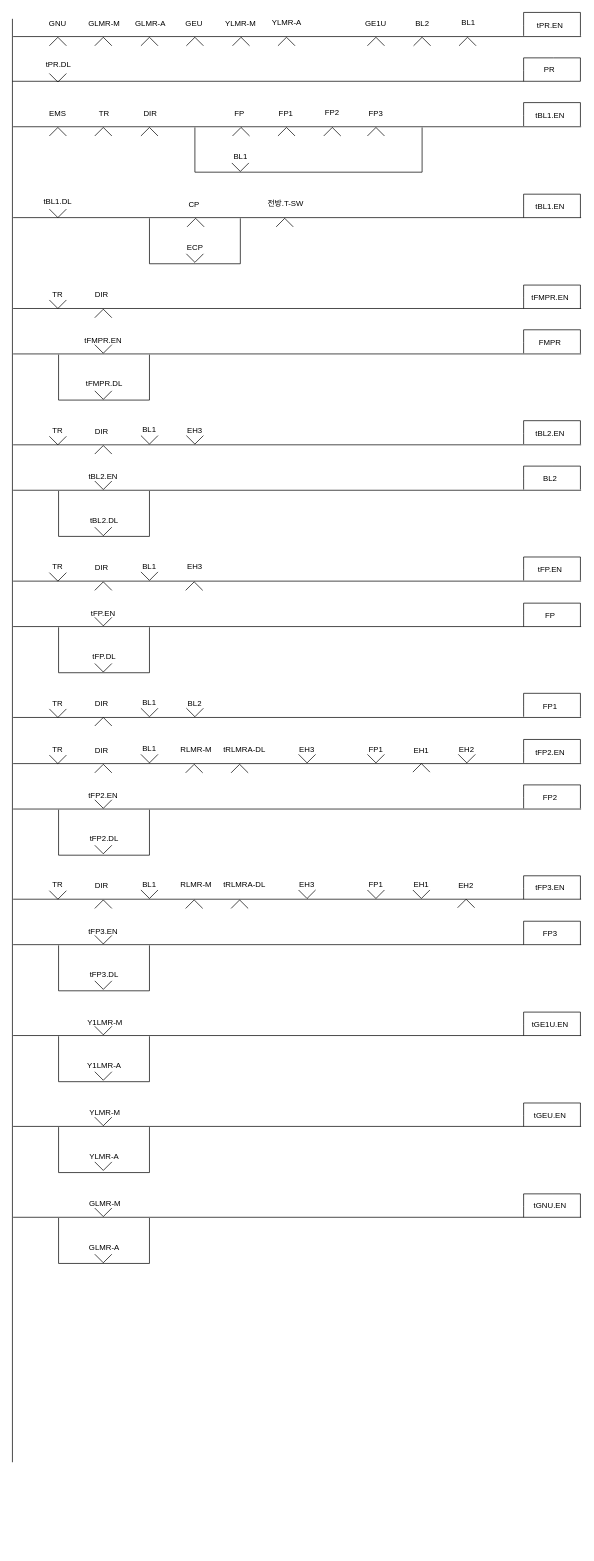
Earlier version of the draw.io diagram Untitled Diagram.drawio (chillin2/MyDraw.io). Source tidied: cells renumbered, new cells numbered last; positions are measured from the earlier drawing's top-left corner, leaving out a move shared by most shapes. Both pictures are drawn from the tidied source at 71%, with x=0, y=0 at pixel (12, 12).
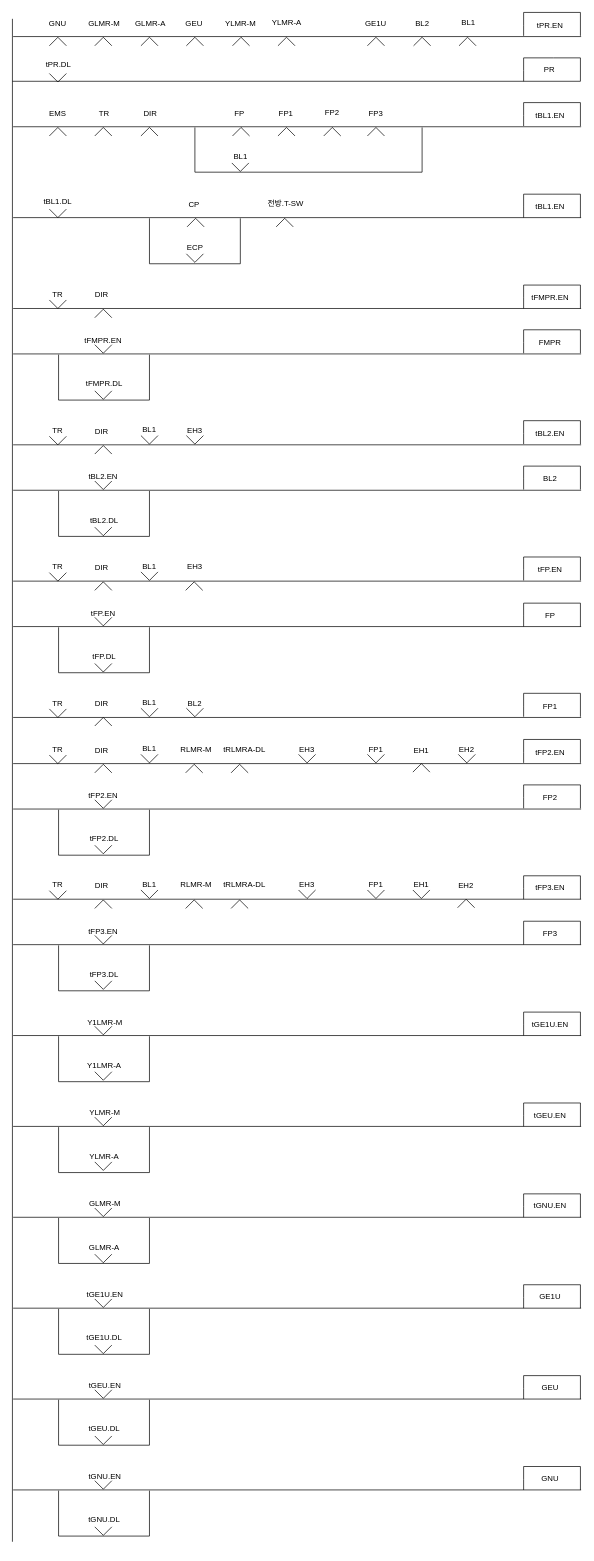
Above is the later version.

Change to the diagram source:
```diff
@@
     <mxCell id="5" style="endArrow=none;html=1;rounded=0;" parent="1" edge="1">
       <mxGeometry relative="1" as="geometry">
-        <mxPoint y="2042" as="sourcePoint" />
+        <mxPoint y="2154" as="sourcePoint" />
         <mxPoint y="9" as="targetPoint" />
       </mxGeometry>
     </mxCell>
@@
+    <mxCell id="207" style="endArrow=none;html=1;rounded=0;" parent="1" edge="1">
+      <mxGeometry relative="1" as="geometry">
+        <mxPoint x="1" y="1825" as="sourcePoint" />
+        <mxPoint x="801" y="1825" as="targetPoint" />
+      </mxGeometry>
+    </mxCell>
+    <mxCell id="208" style="endArrow=none;html=1;rounded=0;labelBackgroundColor=default;fontFamily=Helvetica;fontSize=11;fontColor=default;startSize=3;endSize=3;sourcePerimeterSpacing=0;strokeColor=default;shape=connector;jumpStyle=none;jumpSize=6;" parent="1" edge="1">
+      <mxGeometry relative="1" as="geometry">
+        <mxPoint x="720" y="1825" as="sourcePoint" />
+        <mxPoint x="800" y="1825" as="targetPoint" />
+        <Array as="points">
+          <mxPoint x="720" y="1810" />
+          <mxPoint x="720" y="1792" />
+          <mxPoint x="760" y="1792" />
+          <mxPoint x="800" y="1792" />
+        </Array>
+      </mxGeometry>
+    </mxCell>
+    <mxCell id="209" value="tGE1U.EN" style="text;html=1;strokeColor=none;fillColor=none;align=center;verticalAlign=middle;whiteSpace=wrap;rounded=0;fontFamily=Helvetica;fontSize=11;fontColor=default;" parent="1" vertex="1">
+      <mxGeometry x="104" y="1796" width="53" height="20" as="geometry" />
+    </mxCell>
+    <mxCell id="210" value="GE1U" style="text;html=1;strokeColor=none;fillColor=none;align=center;verticalAlign=middle;whiteSpace=wrap;rounded=0;fontFamily=Helvetica;fontSize=11;fontColor=default;" parent="1" vertex="1">
+      <mxGeometry x="734" y="1799" width="47" height="20" as="geometry" />
+    </mxCell>
+    <mxCell id="211" style="endArrow=none;html=1;rounded=0;" parent="1" edge="1">
+      <mxGeometry relative="1" as="geometry">
+        <mxPoint x="65" y="1826" as="sourcePoint" />
+        <mxPoint x="193" y="1826" as="targetPoint" />
+        <Array as="points">
+          <mxPoint x="65" y="1890" />
+          <mxPoint x="193" y="1890" />
+        </Array>
+      </mxGeometry>
+    </mxCell>
+    <mxCell id="212" value="tGE1U.DL" style="text;html=1;strokeColor=none;fillColor=none;align=center;verticalAlign=middle;whiteSpace=wrap;rounded=0;fontFamily=Helvetica;fontSize=11;fontColor=default;" parent="1" vertex="1">
+      <mxGeometry x="102" y="1857" width="55" height="20" as="geometry" />
+    </mxCell>
+    <mxCell id="213" style="verticalLabelPosition=bottom;html=1;verticalAlign=top;align=center;shape=mxgraph.floorplan.windowBow;strokeWidth=1;direction=east;" parent="1" vertex="1">
+      <mxGeometry x="116" y="1794" width="24" height="48" as="geometry" />
+    </mxCell>
+    <mxCell id="214" style="verticalLabelPosition=bottom;html=1;verticalAlign=top;align=center;shape=mxgraph.floorplan.windowBow;strokeWidth=1;direction=east;" parent="1" vertex="1">
+      <mxGeometry x="116" y="1859" width="24" height="48" as="geometry" />
+    </mxCell>
+    <mxCell id="215" style="endArrow=none;html=1;rounded=0;" parent="1" edge="1">
+      <mxGeometry relative="1" as="geometry">
+        <mxPoint x="1" y="1953" as="sourcePoint" />
+        <mxPoint x="801" y="1953" as="targetPoint" />
+      </mxGeometry>
+    </mxCell>
+    <mxCell id="216" style="endArrow=none;html=1;rounded=0;labelBackgroundColor=default;fontFamily=Helvetica;fontSize=11;fontColor=default;startSize=3;endSize=3;sourcePerimeterSpacing=0;strokeColor=default;shape=connector;jumpStyle=none;jumpSize=6;" parent="1" edge="1">
+      <mxGeometry relative="1" as="geometry">
+        <mxPoint x="720" y="1953" as="sourcePoint" />
+        <mxPoint x="800" y="1953" as="targetPoint" />
+        <Array as="points">
+          <mxPoint x="720" y="1938" />
+          <mxPoint x="720" y="1920" />
+          <mxPoint x="760" y="1920" />
+          <mxPoint x="800" y="1920" />
+        </Array>
+      </mxGeometry>
+    </mxCell>
+    <mxCell id="217" value="tGEU.EN" style="text;html=1;strokeColor=none;fillColor=none;align=center;verticalAlign=middle;whiteSpace=wrap;rounded=0;fontFamily=Helvetica;fontSize=11;fontColor=default;" parent="1" vertex="1">
+      <mxGeometry x="104" y="1924" width="53" height="20" as="geometry" />
+    </mxCell>
+    <mxCell id="218" value="GEU" style="text;html=1;strokeColor=none;fillColor=none;align=center;verticalAlign=middle;whiteSpace=wrap;rounded=0;fontFamily=Helvetica;fontSize=11;fontColor=default;" parent="1" vertex="1">
+      <mxGeometry x="734" y="1927" width="47" height="20" as="geometry" />
+    </mxCell>
+    <mxCell id="219" style="endArrow=none;html=1;rounded=0;" parent="1" edge="1">
+      <mxGeometry relative="1" as="geometry">
+        <mxPoint x="65" y="1954" as="sourcePoint" />
+        <mxPoint x="193" y="1954" as="targetPoint" />
+        <Array as="points">
+          <mxPoint x="65" y="2018" />
+          <mxPoint x="193" y="2018" />
+        </Array>
+      </mxGeometry>
+    </mxCell>
+    <mxCell id="220" value="tGEU.DL" style="text;html=1;strokeColor=none;fillColor=none;align=center;verticalAlign=middle;whiteSpace=wrap;rounded=0;fontFamily=Helvetica;fontSize=11;fontColor=default;" parent="1" vertex="1">
+      <mxGeometry x="102" y="1985" width="55" height="20" as="geometry" />
+    </mxCell>
+    <mxCell id="221" style="verticalLabelPosition=bottom;html=1;verticalAlign=top;align=center;shape=mxgraph.floorplan.windowBow;strokeWidth=1;direction=east;" parent="1" vertex="1">
+      <mxGeometry x="116" y="1922" width="24" height="48" as="geometry" />
+    </mxCell>
+    <mxCell id="222" style="verticalLabelPosition=bottom;html=1;verticalAlign=top;align=center;shape=mxgraph.floorplan.windowBow;strokeWidth=1;direction=east;" parent="1" vertex="1">
+      <mxGeometry x="116" y="1987" width="24" height="48" as="geometry" />
+    </mxCell>
+    <mxCell id="223" style="endArrow=none;html=1;rounded=0;" parent="1" edge="1">
+      <mxGeometry relative="1" as="geometry">
+        <mxPoint x="1" y="2081" as="sourcePoint" />
+        <mxPoint x="801" y="2081" as="targetPoint" />
+      </mxGeometry>
+    </mxCell>
+    <mxCell id="224" style="endArrow=none;html=1;rounded=0;labelBackgroundColor=default;fontFamily=Helvetica;fontSize=11;fontColor=default;startSize=3;endSize=3;sourcePerimeterSpacing=0;strokeColor=default;shape=connector;jumpStyle=none;jumpSize=6;" parent="1" edge="1">
+      <mxGeometry relative="1" as="geometry">
+        <mxPoint x="720" y="2081" as="sourcePoint" />
+        <mxPoint x="800" y="2081" as="targetPoint" />
+        <Array as="points">
+          <mxPoint x="720" y="2066" />
+          <mxPoint x="720" y="2048" />
+          <mxPoint x="760" y="2048" />
+          <mxPoint x="800" y="2048" />
+        </Array>
+      </mxGeometry>
+    </mxCell>
+    <mxCell id="225" value="tGNU.EN" style="text;html=1;strokeColor=none;fillColor=none;align=center;verticalAlign=middle;whiteSpace=wrap;rounded=0;fontFamily=Helvetica;fontSize=11;fontColor=default;" parent="1" vertex="1">
+      <mxGeometry x="104" y="2052" width="53" height="20" as="geometry" />
+    </mxCell>
+    <mxCell id="226" value="GNU" style="text;html=1;strokeColor=none;fillColor=none;align=center;verticalAlign=middle;whiteSpace=wrap;rounded=0;fontFamily=Helvetica;fontSize=11;fontColor=default;" parent="1" vertex="1">
+      <mxGeometry x="734" y="2055" width="47" height="20" as="geometry" />
+    </mxCell>
+    <mxCell id="227" style="endArrow=none;html=1;rounded=0;" parent="1" edge="1">
+      <mxGeometry relative="1" as="geometry">
+        <mxPoint x="65" y="2082" as="sourcePoint" />
+        <mxPoint x="193" y="2082" as="targetPoint" />
+        <Array as="points">
+          <mxPoint x="65" y="2146" />
+          <mxPoint x="193" y="2146" />
+        </Array>
+      </mxGeometry>
+    </mxCell>
+    <mxCell id="228" value="tGNU.DL" style="text;html=1;strokeColor=none;fillColor=none;align=center;verticalAlign=middle;whiteSpace=wrap;rounded=0;fontFamily=Helvetica;fontSize=11;fontColor=default;" parent="1" vertex="1">
+      <mxGeometry x="102" y="2113" width="55" height="20" as="geometry" />
+    </mxCell>
+    <mxCell id="229" style="verticalLabelPosition=bottom;html=1;verticalAlign=top;align=center;shape=mxgraph.floorplan.windowBow;strokeWidth=1;direction=east;" parent="1" vertex="1">
+      <mxGeometry x="116" y="2050" width="24" height="48" as="geometry" />
+    </mxCell>
+    <mxCell id="230" style="verticalLabelPosition=bottom;html=1;verticalAlign=top;align=center;shape=mxgraph.floorplan.windowBow;strokeWidth=1;direction=east;" parent="1" vertex="1">
+      <mxGeometry x="116" y="2115" width="24" height="48" as="geometry" />
+    </mxCell>
```
